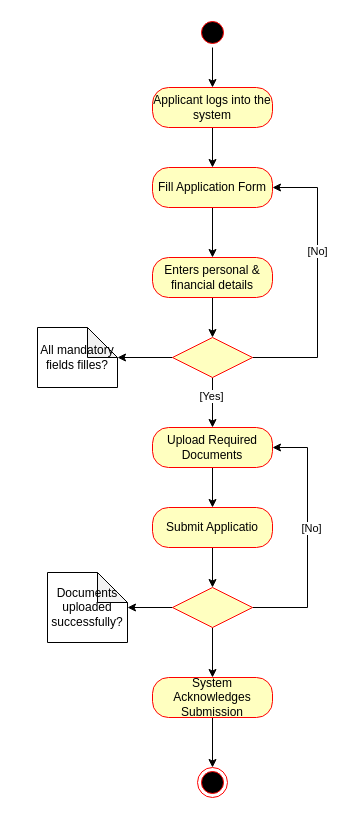
This is Loan Application Processing Activity Diagram.drawio from AjnaNushi/drawio, a draw.io file, before an edit. Source tidied: cells renumbered, new cells numbered last; positions are measured from the earlier drawing's top-left corner, leaving out a move shared by most shapes. Both pictures are drawn from the tidied source at 100%, with x=0, y=0 at pixel (37, 17).
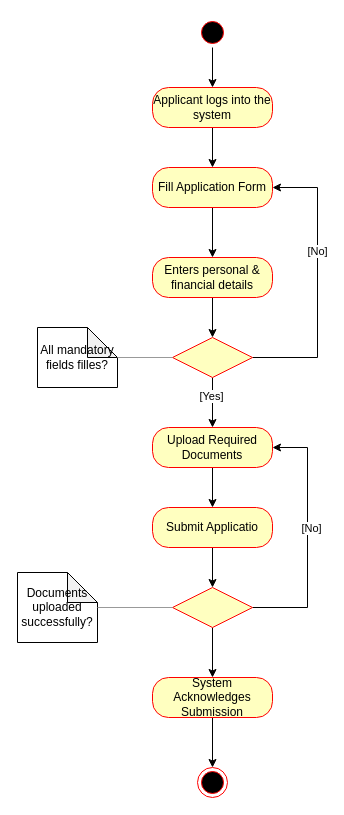
Above is the later version.

Unchanged cells that the change refers to:
```xml
<mxCell id="13" style="rhombus;whiteSpace=wrap;html=1;fontColor=#000000;fillColor=#ffffc0;strokeColor=#ff0000;" parent="1" vertex="1">
  <mxGeometry x="135" y="320" width="80" height="40" as="geometry" />
</mxCell>
<mxCell id="16" value="All mandatory fields filles?" style="shape=note;whiteSpace=wrap;html=1;backgroundOutline=1;darkOpacity=0.05;" parent="1" vertex="1">
  <mxGeometry y="310" width="80" height="60" as="geometry" />
</mxCell>
<mxCell id="21" style="rhombus;whiteSpace=wrap;html=1;fontColor=#000000;fillColor=#ffffc0;strokeColor=#ff0000;" parent="1" vertex="1">
  <mxGeometry x="135" y="570" width="80" height="40" as="geometry" />
</mxCell>
```

Diff of the diagram source:
```diff
@@
-    <mxCell id="10" style="edgeStyle=orthogonalEdgeStyle;rounded=0;jettySize=auto;html=1;" parent="1" edge="1" source="13" target="16">
-      <mxGeometry relative="1" as="geometry" />
-    </mxCell>
@@
-    <mxCell id="20" style="edgeStyle=orthogonalEdgeStyle;rounded=0;jettySize=auto;html=1;" parent="1" edge="1" source="21" target="24">
-      <mxGeometry relative="1" as="geometry" />
-    </mxCell>
@@
     <mxCell id="24" value="Documents uploaded successfully?" style="shape=note;whiteSpace=wrap;html=1;backgroundOutline=1;darkOpacity=0.05;" parent="1" vertex="1">
-      <mxGeometry x="10" y="555" width="80" height="70" as="geometry" />
+      <mxGeometry x="-20" y="555" width="80" height="70" as="geometry" />
     </mxCell>
@@
+    <mxCell id="30" style="verticalLabelPosition=bottom;shadow=0;dashed=0;align=center;html=1;verticalAlign=top;strokeWidth=1;shape=mxgraph.mockup.markup.line;strokeColor=#999999;" parent="1" vertex="1">
+      <mxGeometry x="60" y="580" width="75" height="20" as="geometry" />
+    </mxCell>
+    <mxCell id="31" style="verticalLabelPosition=bottom;shadow=0;dashed=0;align=center;html=1;verticalAlign=top;strokeWidth=1;shape=mxgraph.mockup.markup.line;strokeColor=#999999;" parent="1" vertex="1">
+      <mxGeometry x="80" y="330" width="55" height="20" as="geometry" />
+    </mxCell>
```
